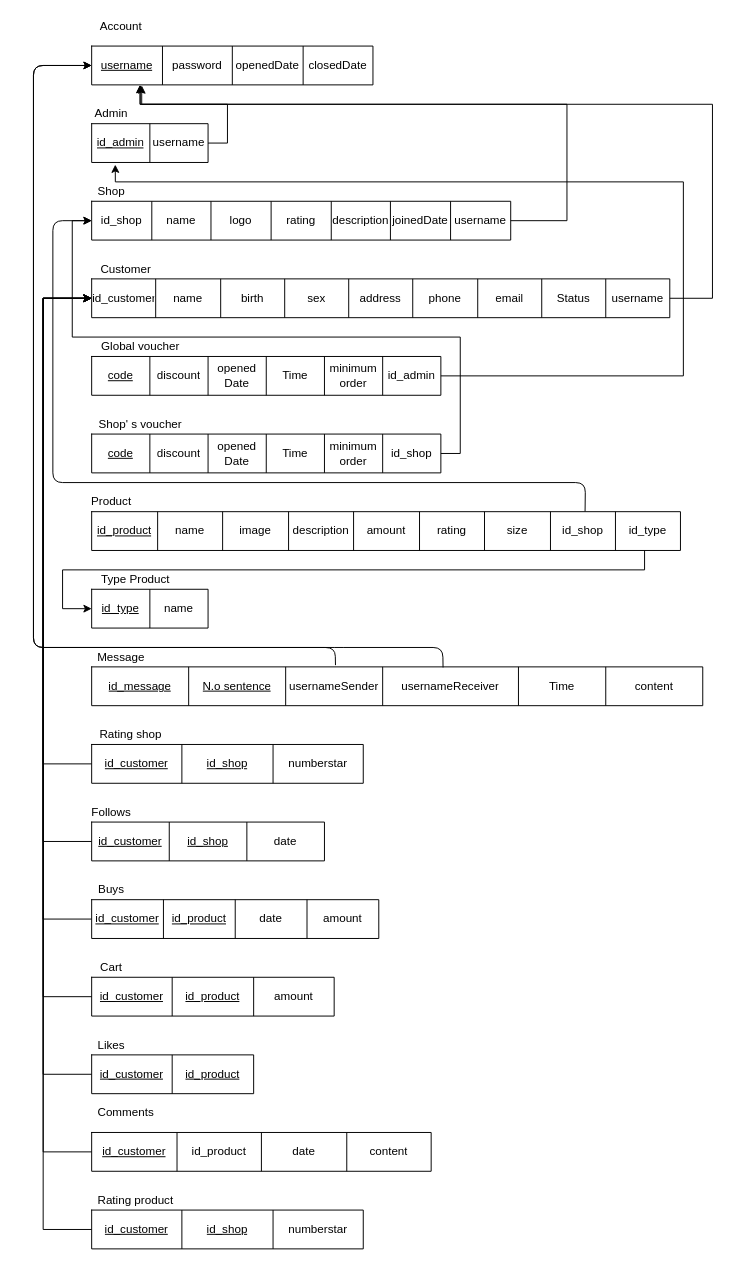
ndkhoa200400/Mongoloid keeps this draw.io diagram as database_design/r_moldel.drawio. Above is the earlier version. Source tidied: cells renumbered, new cells numbered last; positions are measured from the earlier drawing's top-left corner, leaving out a move shared by most shapes. Both pictures are drawn from the tidied source at 97%, with x=0, y=0 at pixel (33, 16).
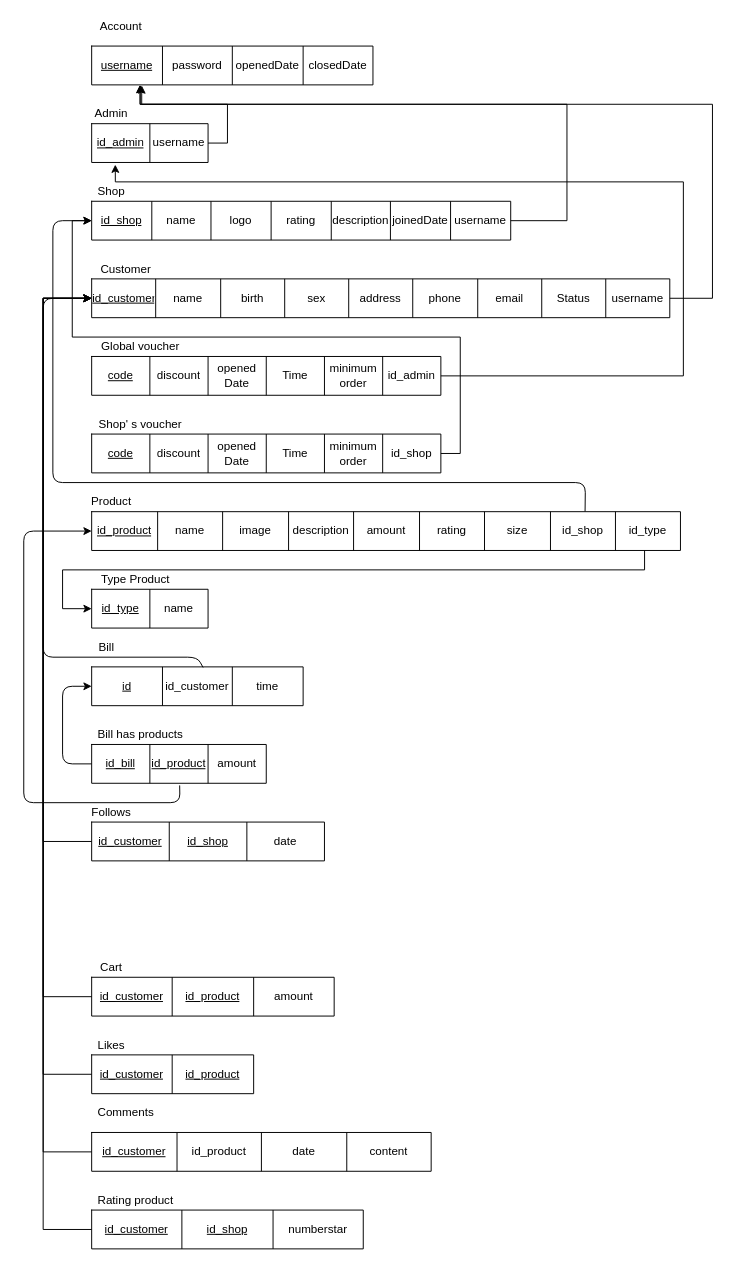
The same diagram, later.

The change refers to these unchanged cells:
```xml
<mxCell id="3" style="shape=partialRectangle;html=1;whiteSpace=wrap;fillColor=none;top=0;left=0;bottom=0;right=0;points=[[0,0.5],[1,0.5]];portConstraint=eastwest;" parent="2" vertex="1">
  <mxGeometry width="290" height="40" as="geometry" />
</mxCell>
<mxCell id="15" style="shape=partialRectangle;html=1;whiteSpace=wrap;fillColor=none;top=0;left=0;bottom=0;right=0;points=[[0,0.5],[1,0.5]];portConstraint=eastwest;" parent="14" vertex="1">
  <mxGeometry width="432" height="40" as="geometry" />
</mxCell>
<mxCell id="25" style="shape=partialRectangle;html=1;whiteSpace=wrap;fillColor=none;top=0;left=0;bottom=0;right=0;points=[[0,0.5],[1,0.5]];portConstraint=eastwest;" parent="24" vertex="1">
  <mxGeometry width="596" height="40" as="geometry" />
</mxCell>
<mxCell id="55" style="shape=partialRectangle;html=1;whiteSpace=wrap;fillColor=none;top=0;left=0;bottom=0;right=0;points=[[0,0.5],[1,0.5]];portConstraint=eastwest;" parent="54" vertex="1">
  <mxGeometry width="607" height="40" as="geometry" />
</mxCell>
```

The edit, as a diff of the source:
```diff
@@
-    <mxCell id="16" value="id_shop" style="shape=partialRectangle;html=1;whiteSpace=wrap;overflow=hidden;fillColor=none;top=0;left=0;bottom=0;right=0;" parent="15" vertex="1">
+    <mxCell id="16" value="&lt;u&gt;id_shop&lt;/u&gt;" style="shape=partialRectangle;html=1;whiteSpace=wrap;overflow=hidden;fillColor=none;top=0;left=0;bottom=0;right=0;" parent="15" vertex="1">
       <mxGeometry width="62" height="40" as="geometry" />
     </mxCell>
@@
-    <mxCell id="26" value="id_customer" style="shape=partialRectangle;html=1;whiteSpace=wrap;overflow=hidden;fillColor=none;top=0;left=0;bottom=0;right=0;" parent="25" vertex="1">
+    <mxCell id="26" value="&lt;u&gt;id_customer&lt;/u&gt;" style="shape=partialRectangle;html=1;whiteSpace=wrap;overflow=hidden;fillColor=none;top=0;left=0;bottom=0;right=0;" parent="25" vertex="1">
       <mxGeometry width="66" height="40" as="geometry" />
     </mxCell>
@@
-    <mxCell id="71" style="shape=table;html=1;whiteSpace=wrap;startSize=0;childLayout=tableLayout;fontStyle=4;" parent="1" vertex="1">
-      <mxGeometry x="60" y="670" width="630" height="40" as="geometry" />
-    </mxCell>
-    <mxCell id="72" style="shape=partialRectangle;html=1;whiteSpace=wrap;fillColor=none;top=0;left=0;bottom=0;right=0;points=[[0,0.5],[1,0.5]];portConstraint=eastwest;" parent="71" vertex="1">
-      <mxGeometry width="630" height="40" as="geometry" />
-    </mxCell>
-    <mxCell id="73" value="id_message" style="shape=partialRectangle;html=1;whiteSpace=wrap;overflow=hidden;fillColor=none;top=0;left=0;bottom=0;right=0;fontStyle=4;" parent="72" vertex="1">
-      <mxGeometry width="100" height="40" as="geometry" />
-    </mxCell>
-    <mxCell id="74" value="N.o sentence" style="shape=partialRectangle;html=1;whiteSpace=wrap;overflow=hidden;fillColor=none;top=0;left=0;bottom=0;right=0;fontStyle=4;" parent="72" vertex="1">
-      <mxGeometry x="100" width="100" height="40" as="geometry" />
-    </mxCell>
-    <mxCell id="75" value="&lt;span&gt;usernameSender&lt;/span&gt;" style="shape=partialRectangle;html=1;whiteSpace=wrap;overflow=hidden;fillColor=none;top=0;left=0;bottom=0;right=0;fontStyle=0;" parent="72" vertex="1">
-      <mxGeometry x="200" width="100" height="40" as="geometry" />
-    </mxCell>
-    <mxCell id="76" value="&lt;span&gt;usernameReceiver&lt;/span&gt;" style="shape=partialRectangle;html=1;whiteSpace=wrap;overflow=hidden;fillColor=none;top=0;left=0;bottom=0;right=0;fontStyle=0;" parent="72" vertex="1">
-      <mxGeometry x="300" width="140" height="40" as="geometry" />
-    </mxCell>
-    <mxCell id="77" value="Time" style="shape=partialRectangle;html=1;whiteSpace=wrap;overflow=hidden;fillColor=none;top=0;left=0;bottom=0;right=0;fontStyle=0;" parent="72" vertex="1">
-      <mxGeometry x="440" width="90" height="40" as="geometry" />
-    </mxCell>
-    <mxCell id="78" value="content" style="shape=partialRectangle;html=1;whiteSpace=wrap;overflow=hidden;fillColor=none;top=0;left=0;bottom=0;right=0;fontStyle=0;" parent="72" vertex="1">
-      <mxGeometry x="530" width="100" height="40" as="geometry" />
-    </mxCell>
-    <mxCell id="79" value="Message" style="text;html=1;align=center;verticalAlign=middle;" parent="1" vertex="1">
-      <mxGeometry x="60" y="650" width="60" height="20" as="geometry" />
-    </mxCell>
-    <mxCell id="80" style="shape=table;html=1;whiteSpace=wrap;startSize=0;childLayout=tableLayout;" parent="1" vertex="1">
-      <mxGeometry x="60" y="750" width="280" height="40" as="geometry" />
-    </mxCell>
-    <mxCell id="81" style="shape=partialRectangle;html=1;whiteSpace=wrap;fillColor=none;top=0;left=0;bottom=0;right=0;points=[[0,0.5],[1,0.5]];portConstraint=eastwest;" parent="80" vertex="1">
-      <mxGeometry width="280" height="40" as="geometry" />
-    </mxCell>
-    <mxCell id="82" value="&lt;u&gt;id_customer&lt;/u&gt;" style="shape=partialRectangle;html=1;whiteSpace=wrap;overflow=hidden;fillColor=none;top=0;left=0;bottom=0;right=0;" parent="81" vertex="1">
-      <mxGeometry width="93" height="40" as="geometry" />
-    </mxCell>
-    <mxCell id="83" value="&lt;u&gt;id_shop&lt;/u&gt;" style="shape=partialRectangle;html=1;whiteSpace=wrap;overflow=hidden;fillColor=none;top=0;left=0;bottom=0;right=0;" parent="81" vertex="1">
-      <mxGeometry x="93" width="94" height="40" as="geometry" />
-    </mxCell>
-    <mxCell id="84" value="numberstar" style="shape=partialRectangle;html=1;whiteSpace=wrap;overflow=hidden;fillColor=none;top=0;left=0;bottom=0;right=0;" parent="81" vertex="1">
-      <mxGeometry x="187" width="93" height="40" as="geometry" />
-    </mxCell>
-    <mxCell id="85" value="Rating shop" style="text;html=1;align=center;verticalAlign=middle;" parent="1" vertex="1">
-      <mxGeometry x="60" y="730" width="80" height="20" as="geometry" />
-    </mxCell>
@@
-    <mxCell id="92" style="shape=table;html=1;whiteSpace=wrap;startSize=0;childLayout=tableLayout;" parent="1" vertex="1">
-      <mxGeometry x="60" y="910" width="296" height="40" as="geometry" />
-    </mxCell>
-    <mxCell id="93" style="shape=partialRectangle;html=1;whiteSpace=wrap;fillColor=none;top=0;left=0;bottom=0;right=0;points=[[0,0.5],[1,0.5]];portConstraint=eastwest;" parent="92" vertex="1">
-      <mxGeometry width="296" height="40" as="geometry" />
-    </mxCell>
-    <mxCell id="94" value="id_customer" style="shape=partialRectangle;html=1;whiteSpace=wrap;overflow=hidden;fillColor=none;top=0;left=0;bottom=0;right=0;fontStyle=4;" parent="93" vertex="1">
-      <mxGeometry width="74" height="40" as="geometry" />
-    </mxCell>
-    <mxCell id="95" value="id_product" style="shape=partialRectangle;html=1;whiteSpace=wrap;overflow=hidden;fillColor=none;top=0;left=0;bottom=0;right=0;fontStyle=4;" parent="93" vertex="1">
-      <mxGeometry x="74" width="74" height="40" as="geometry" />
-    </mxCell>
-    <mxCell id="96" value="date" style="shape=partialRectangle;html=1;whiteSpace=wrap;overflow=hidden;fillColor=none;top=0;left=0;bottom=0;right=0;" parent="93" vertex="1">
-      <mxGeometry x="148" width="74" height="40" as="geometry" />
-    </mxCell>
-    <mxCell id="97" value="amount" style="shape=partialRectangle;html=1;whiteSpace=wrap;overflow=hidden;fillColor=none;top=0;left=0;bottom=0;right=0;" parent="93" vertex="1">
-      <mxGeometry x="222" width="74" height="40" as="geometry" />
-    </mxCell>
-    <mxCell id="98" value="Buys" style="text;html=1;align=center;verticalAlign=middle;" parent="1" vertex="1">
-      <mxGeometry x="60" y="890" width="40" height="20" as="geometry" />
-    </mxCell>
@@
-    <mxCell id="130" style="endArrow=classic;html=1;exitX=0.399;exitY=-0.045;exitDx=0;exitDy=0;exitPerimeter=0;entryX=0;entryY=0.5;entryDx=0;entryDy=0;" parent="1" edge="1" source="72" target="3">
-      <mxGeometry relative="1" as="geometry">
-        <Array as="points">
-          <mxPoint x="311" y="650" />
-          <mxPoint y="650" />
-          <mxPoint y="50" />
-        </Array>
-      </mxGeometry>
-    </mxCell>
-    <mxCell id="131" style="endArrow=classic;html=1;exitX=0.575;exitY=0.015;exitDx=0;exitDy=0;exitPerimeter=0;entryX=0;entryY=0.5;entryDx=0;entryDy=0;" parent="1" edge="1" source="72" target="3">
-      <mxGeometry relative="1" as="geometry">
-        <Array as="points">
-          <mxPoint x="422" y="650" />
-          <mxPoint x="310" y="650" />
-          <mxPoint y="650" />
-          <mxPoint y="50" />
-        </Array>
-      </mxGeometry>
-    </mxCell>
-    <mxCell id="132" style="edgeStyle=orthogonalEdgeStyle;rounded=0;jettySize=auto;html=1;entryX=0;entryY=0.5;entryDx=0;entryDy=0;" parent="1" edge="1" source="81" target="25">
-      <mxGeometry relative="1" as="geometry">
-        <Array as="points">
-          <mxPoint x="10" y="770" />
-          <mxPoint x="10" y="290" />
-        </Array>
-      </mxGeometry>
-    </mxCell>
@@
-    <mxCell id="134" style="edgeStyle=orthogonalEdgeStyle;rounded=0;jettySize=auto;html=1;" parent="1" edge="1" source="93">
-      <mxGeometry relative="1" as="geometry">
-        <mxPoint x="60" y="290" as="targetPoint" />
-        <Array as="points">
-          <mxPoint x="10" y="930" />
-          <mxPoint x="10" y="290" />
-        </Array>
-      </mxGeometry>
-    </mxCell>
@@
+    <mxCell id="139" style="shape=table;html=1;whiteSpace=wrap;startSize=0;childLayout=tableLayout;" parent="1" vertex="1">
+      <mxGeometry x="60" y="670" width="218" height="40" as="geometry" />
+    </mxCell>
+    <mxCell id="140" style="shape=partialRectangle;html=1;whiteSpace=wrap;fillColor=none;top=0;left=0;bottom=0;right=0;points=[[0,0.5],[1,0.5]];portConstraint=eastwest;" parent="139" vertex="1">
+      <mxGeometry width="218" height="40" as="geometry" />
+    </mxCell>
+    <mxCell id="141" value="&lt;u&gt;id&lt;/u&gt;" style="shape=partialRectangle;html=1;whiteSpace=wrap;overflow=hidden;fillColor=none;top=0;left=0;bottom=0;right=0;" parent="140" vertex="1">
+      <mxGeometry width="73" height="40" as="geometry" />
+    </mxCell>
+    <mxCell id="142" value="id_customer" style="shape=partialRectangle;html=1;whiteSpace=wrap;overflow=hidden;fillColor=none;top=0;left=0;bottom=0;right=0;" parent="140" vertex="1">
+      <mxGeometry x="73" width="72" height="40" as="geometry" />
+    </mxCell>
+    <mxCell id="143" value="time" style="shape=partialRectangle;html=1;whiteSpace=wrap;overflow=hidden;fillColor=none;top=0;left=0;bottom=0;right=0;" parent="140" vertex="1">
+      <mxGeometry x="145" width="73" height="40" as="geometry" />
+    </mxCell>
+    <mxCell id="144" value="Bill" style="text;html=1;align=center;verticalAlign=middle;" parent="1" vertex="1">
+      <mxGeometry x="60" y="640" width="30" height="20" as="geometry" />
+    </mxCell>
+    <mxCell id="145" style="shape=table;html=1;whiteSpace=wrap;startSize=0;childLayout=tableLayout;" parent="1" vertex="1">
+      <mxGeometry x="60" y="750" width="180" height="40" as="geometry" />
+    </mxCell>
+    <mxCell id="146" style="shape=partialRectangle;html=1;whiteSpace=wrap;fillColor=none;top=0;left=0;bottom=0;right=0;points=[[0,0.5],[1,0.5]];portConstraint=eastwest;" parent="145" vertex="1">
+      <mxGeometry width="180" height="40" as="geometry" />
+    </mxCell>
+    <mxCell id="147" value="&lt;u&gt;id_bill&lt;/u&gt;" style="shape=partialRectangle;html=1;whiteSpace=wrap;overflow=hidden;fillColor=none;top=0;left=0;bottom=0;right=0;" parent="146" vertex="1">
+      <mxGeometry width="60" height="40" as="geometry" />
+    </mxCell>
+    <mxCell id="95" value="&lt;u&gt;id_product&lt;/u&gt;" style="shape=partialRectangle;html=1;whiteSpace=wrap;overflow=hidden;fillColor=none;top=0;left=0;bottom=0;right=0;" parent="146" vertex="1">
+      <mxGeometry x="60" width="60" height="40" as="geometry" />
+    </mxCell>
+    <mxCell id="97" value="amount" style="shape=partialRectangle;html=1;whiteSpace=wrap;overflow=hidden;fillColor=none;top=0;left=0;bottom=0;right=0;" parent="146" vertex="1">
+      <mxGeometry x="120" width="60" height="40" as="geometry" />
+    </mxCell>
+    <mxCell id="148" style="endArrow=classic;html=1;exitX=0;exitY=0.5;exitDx=0;exitDy=0;entryX=0;entryY=0.5;entryDx=0;entryDy=0;" parent="1" edge="1" source="146" target="140">
+      <mxGeometry relative="1" as="geometry">
+        <Array as="points">
+          <mxPoint x="30" y="770" />
+          <mxPoint x="30" y="690" />
+        </Array>
+      </mxGeometry>
+    </mxCell>
+    <mxCell id="149" style="endArrow=classic;html=1;exitX=0.504;exitY=1.055;exitDx=0;exitDy=0;exitPerimeter=0;entryX=0;entryY=0.5;entryDx=0;entryDy=0;" parent="1" edge="1" source="146" target="55">
+      <mxGeometry relative="1" as="geometry">
+        <Array as="points">
+          <mxPoint x="151" y="810" />
+          <mxPoint x="-10" y="810" />
+          <mxPoint x="-10" y="530" />
+        </Array>
+      </mxGeometry>
+    </mxCell>
+    <mxCell id="150" style="endArrow=classic;html=1;exitX=0.527;exitY=0.015;exitDx=0;exitDy=0;exitPerimeter=0;entryX=0;entryY=0.5;entryDx=0;entryDy=0;" parent="1" edge="1" source="140" target="25">
+      <mxGeometry relative="1" as="geometry">
+        <Array as="points">
+          <mxPoint x="169" y="660" />
+          <mxPoint x="10" y="660" />
+          <mxPoint x="10" y="290" />
+        </Array>
+      </mxGeometry>
+    </mxCell>
+    <mxCell id="151" value="Bill has products" style="text;html=1;align=center;verticalAlign=middle;" parent="1" vertex="1">
+      <mxGeometry x="60" y="730" width="100" height="20" as="geometry" />
+    </mxCell>
```
